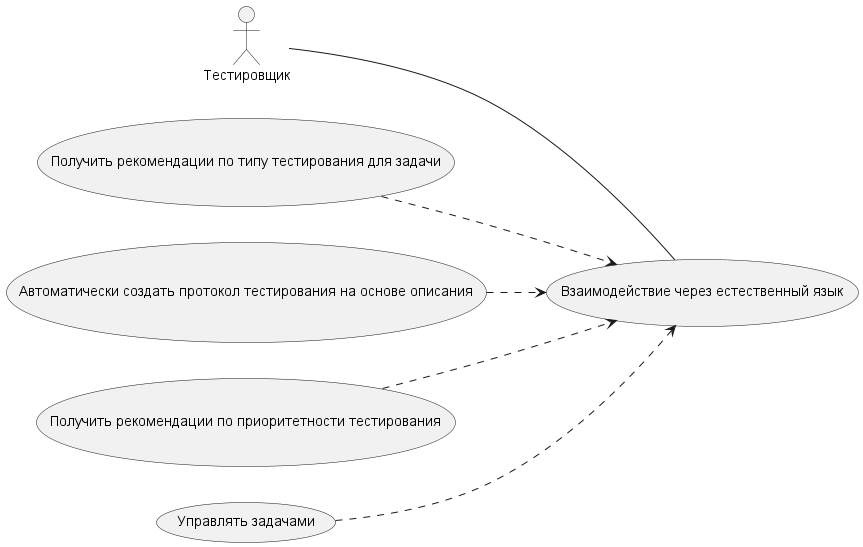
This is out/documentation/uml/testirovshik_use_case/d.png from Igordeveloperr/Yandex-tracker-MCP, a PlantUML export, as it was before one commit.
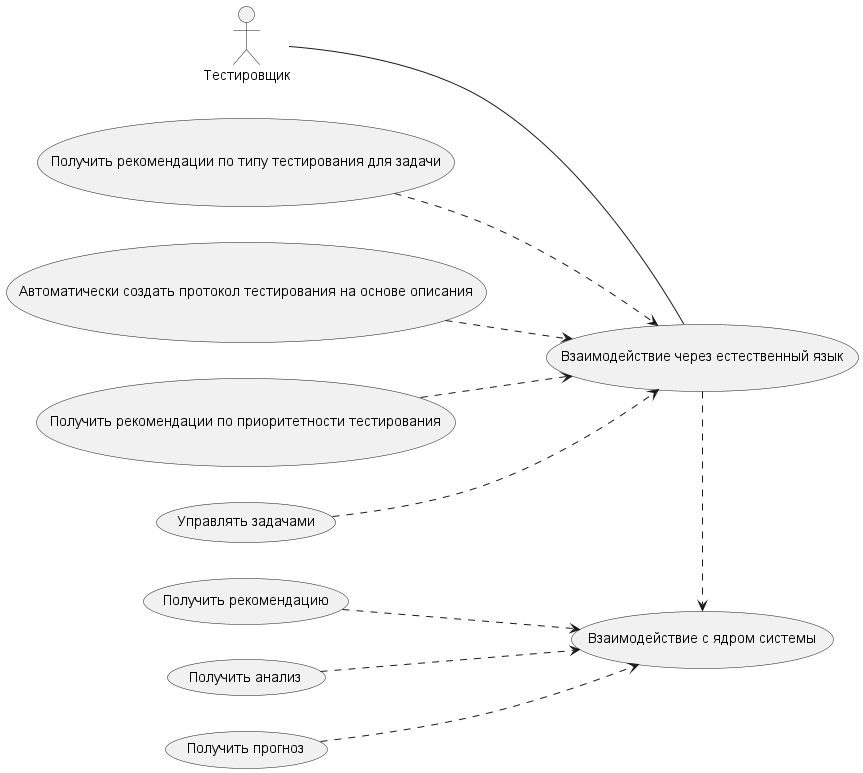
Later version of the same file.

Diff of the diagram source:
```diff
@@ -8,8 +8,16 @@
 usecase "Получить рекомендации по приоритетности тестирования" as UC3
 usecase "Управлять задачами" as UC4
 usecase "Взаимодействие через естественный язык" as UC5
+usecase "Взаимодействие с ядром системы" as idro
+usecase "Получить рекомендацию" as rek
+usecase "Получить анализ" as analiz
+usecase "Получить прогноз" as prognoz
 
 QA -- UC5
+UC5 .> idro
+rek ..> idro
+analiz ..> idro
+prognoz ..> idro
 UC1 ..> UC5
 UC2 ..> UC5
 UC3 ..> UC5
```
